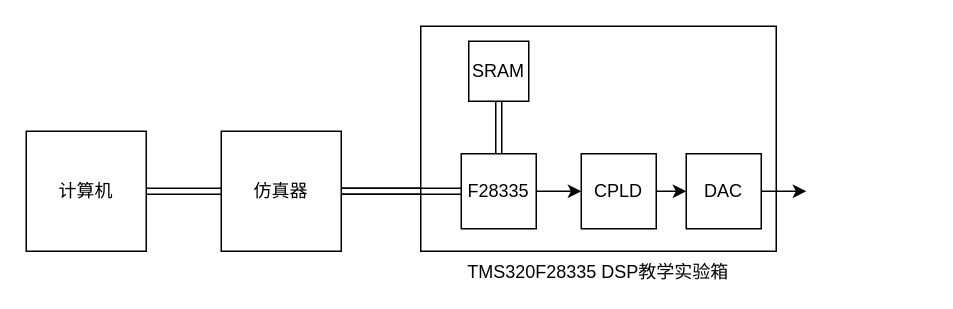
taohuu/taohuu.github.io keeps this draw.io diagram as dsplab.drawio. Above is the earlier version. Source tidied: cells renumbered, new cells numbered last; positions are measured from the earlier drawing's top-left corner, leaving out a move shared by most shapes. Both pictures are drawn from the tidied source at 150%, with x=0, y=0 at pixel (26, 26).
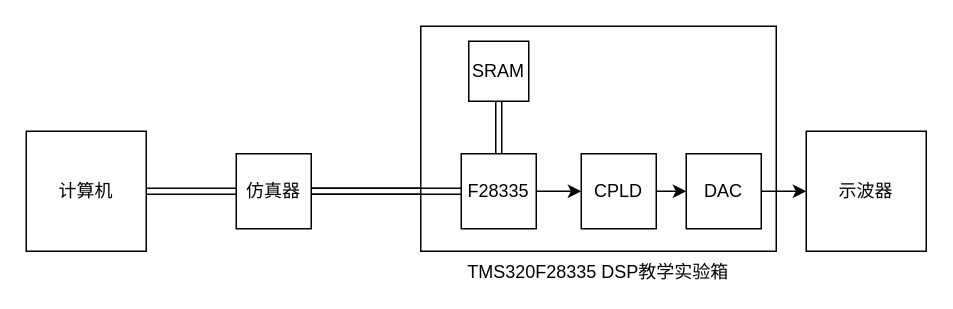
The same diagram, later.

The edit, as a diff of the source:
```diff
@@
 <mxGraphModel>
   <root>
     <mxCell id="0" />
     <mxCell id="1" parent="0" />
     <mxCell id="2" style="edgeStyle=orthogonalEdgeStyle;rounded=0;jettySize=auto;html=1;shape=link;" parent="1" edge="1" source="3" target="5">
       <mxGeometry relative="1" as="geometry" />
     </mxCell>
     <mxCell id="3" value="计算机" style="whiteSpace=wrap;html=1;rounded=0;" parent="1" vertex="1">
       <mxGeometry y="70" width="80" height="80" as="geometry" />
     </mxCell>
     <mxCell id="4" style="edgeStyle=orthogonalEdgeStyle;rounded=0;jettySize=auto;html=1;shape=link;" parent="1" edge="1" source="5">
       <mxGeometry relative="1" as="geometry">
         <mxPoint x="270" y="110" as="targetPoint" />
       </mxGeometry>
     </mxCell>
     <mxCell id="5" value="仿真器" style="whiteSpace=wrap;html=1;rounded=0;" parent="1" vertex="1">
-      <mxGeometry x="130" y="70" width="80" height="80" as="geometry" />
+      <mxGeometry x="140" y="85" width="50" height="50" as="geometry" />
     </mxCell>
     <mxCell id="6" value="&lt;div style=&quot;&quot;&gt;&lt;span style=&quot;background-color: initial;&quot;&gt;TMS320F28335 DSP&lt;/span&gt;&lt;span style=&quot;background-color: initial;&quot;&gt;教学实验箱&lt;/span&gt;&lt;/div&gt;" style="whiteSpace=wrap;html=1;align=center;labelPosition=center;verticalLabelPosition=bottom;verticalAlign=top;rounded=0;" parent="1" vertex="1">
       <mxGeometry x="263" width="237" height="150" as="geometry" />
     </mxCell>
     <mxCell id="7" style="edgeStyle=orthogonalEdgeStyle;jettySize=auto;html=1;shape=link;" parent="1" edge="1" source="9" target="5">
       <mxGeometry relative="1" as="geometry" />
     </mxCell>
     <mxCell id="8" style="edgeStyle=orthogonalEdgeStyle;jettySize=auto;html=1;" parent="1" edge="1" source="9" target="11">
       <mxGeometry relative="1" as="geometry" />
     </mxCell>
     <mxCell id="9" value="F28335" style="whiteSpace=wrap;html=1;rounded=0;" parent="1" vertex="1">
       <mxGeometry x="290" y="85" width="50" height="50" as="geometry" />
     </mxCell>
     <mxCell id="10" style="edgeStyle=orthogonalEdgeStyle;jettySize=auto;html=1;" parent="1" edge="1" source="11" target="13">
       <mxGeometry relative="1" as="geometry" />
     </mxCell>
     <mxCell id="11" value="CPLD" style="whiteSpace=wrap;html=1;rounded=0;" parent="1" vertex="1">
       <mxGeometry x="370" y="85" width="50" height="50" as="geometry" />
     </mxCell>
     <mxCell id="12" style="edgeStyle=orthogonalEdgeStyle;jettySize=auto;html=1;" parent="1" edge="1" source="13">
       <mxGeometry relative="1" as="geometry">
         <mxPoint x="520" y="110" as="targetPoint" />
       </mxGeometry>
     </mxCell>
     <mxCell id="13" value="DAC" style="whiteSpace=wrap;html=1;" parent="1" vertex="1">
       <mxGeometry x="440" y="85" width="50" height="50" as="geometry" />
     </mxCell>
     <mxCell id="14" style="edgeStyle=orthogonalEdgeStyle;jettySize=auto;html=1;shape=link;" parent="1" edge="1" source="15" target="9">
       <mxGeometry relative="1" as="geometry" />
     </mxCell>
     <mxCell id="15" value="SRAM" style="whiteSpace=wrap;html=1;" parent="1" vertex="1">
       <mxGeometry x="295" y="10" width="40" height="40" as="geometry" />
     </mxCell>
+    <mxCell id="16" value="示波器" style="whiteSpace=wrap;html=1;" parent="1" vertex="1">
+      <mxGeometry x="520" y="70" width="80" height="80" as="geometry" />
+    </mxCell>
   </root>
 </mxGraphModel>
```
